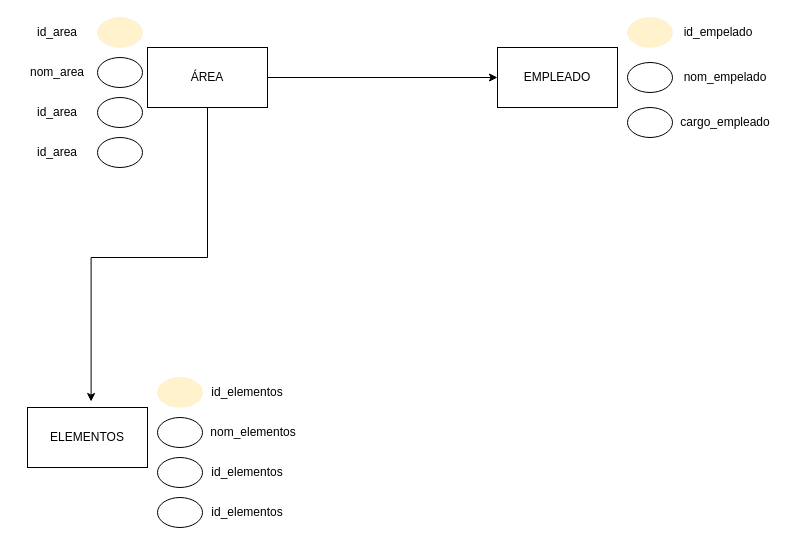
Earlier version of the draw.io diagram Diagrama de Incio.drawio (Anacon4/Home). Source tidied: cells renumbered, new cells numbered last; positions are measured from the earlier drawing's top-left corner, leaving out a move shared by most shapes. Both pictures are drawn from the tidied source at 100%, with x=0, y=0 at pixel (17, 17).
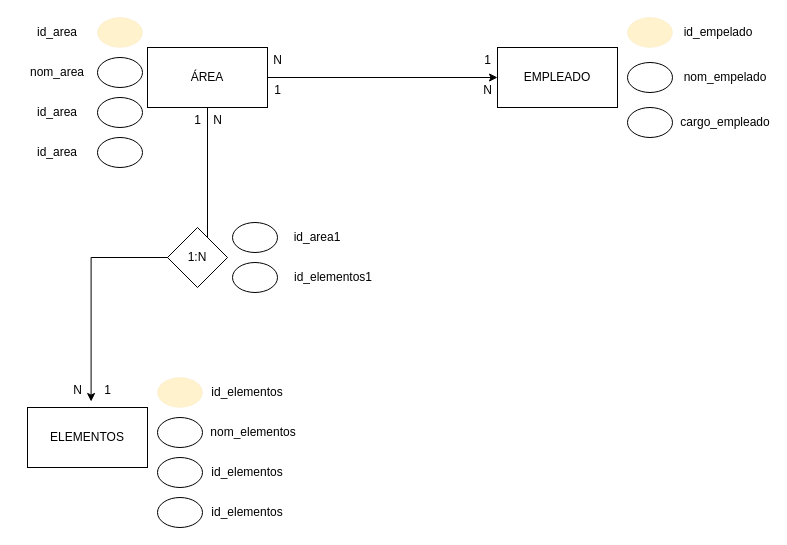
The same page after the edit.

What changed in the source:
```diff
@@
+    <mxCell id="29" value="N" style="text;html=1;align=center;verticalAlign=middle;strokeColor=none;fillColor=none;" parent="1" vertex="1">
+      <mxGeometry x="245" y="28" width="30" height="30" as="geometry" />
+    </mxCell>
+    <mxCell id="30" value="1" style="text;html=1;align=center;verticalAlign=middle;strokeColor=none;fillColor=none;" parent="1" vertex="1">
+      <mxGeometry x="455" y="28" width="30" height="30" as="geometry" />
+    </mxCell>
+    <mxCell id="31" value="N" style="text;html=1;align=center;verticalAlign=middle;strokeColor=none;fillColor=none;" parent="1" vertex="1">
+      <mxGeometry x="455" y="58" width="30" height="30" as="geometry" />
+    </mxCell>
+    <mxCell id="32" value="1" style="text;html=1;align=center;verticalAlign=middle;strokeColor=none;fillColor=none;" parent="1" vertex="1">
+      <mxGeometry x="245" y="58" width="30" height="30" as="geometry" />
+    </mxCell>
+    <mxCell id="33" value="1" style="text;html=1;align=center;verticalAlign=middle;strokeColor=none;fillColor=none;" parent="1" vertex="1">
+      <mxGeometry x="165" y="88" width="30" height="30" as="geometry" />
+    </mxCell>
+    <mxCell id="34" value="N" style="text;html=1;align=center;verticalAlign=middle;strokeColor=none;fillColor=none;" parent="1" vertex="1">
+      <mxGeometry x="45" y="358" width="30" height="30" as="geometry" />
+    </mxCell>
+    <mxCell id="35" value="1" style="text;html=1;align=center;verticalAlign=middle;strokeColor=none;fillColor=none;" parent="1" vertex="1">
+      <mxGeometry x="75" y="358" width="30" height="30" as="geometry" />
+    </mxCell>
+    <mxCell id="36" value="N" style="text;html=1;align=center;verticalAlign=middle;strokeColor=none;fillColor=none;" parent="1" vertex="1">
+      <mxGeometry x="185" y="88" width="30" height="30" as="geometry" />
+    </mxCell>
+    <mxCell id="37" value="1:N" style="rhombus;whiteSpace=wrap;html=1;" parent="1" vertex="1">
+      <mxGeometry x="150" y="210" width="60" height="60" as="geometry" />
+    </mxCell>
+    <mxCell id="38" style="ellipse;whiteSpace=wrap;html=1;strokeWidth=1;" parent="1" vertex="1">
+      <mxGeometry x="215" y="205" width="45" height="30" as="geometry" />
+    </mxCell>
+    <mxCell id="39" style="ellipse;whiteSpace=wrap;html=1;strokeWidth=1;" parent="1" vertex="1">
+      <mxGeometry x="215" y="245" width="45" height="30" as="geometry" />
+    </mxCell>
+    <mxCell id="40" value="id_area1" style="text;html=1;strokeColor=none;fillColor=none;align=center;verticalAlign=middle;whiteSpace=wrap;rounded=0;" parent="1" vertex="1">
+      <mxGeometry x="260" y="205" width="80" height="30" as="geometry" />
+    </mxCell>
+    <mxCell id="41" value="id_elementos1" style="text;html=1;strokeColor=none;fillColor=none;align=center;verticalAlign=middle;whiteSpace=wrap;rounded=0;" parent="1" vertex="1">
+      <mxGeometry x="276" y="245" width="80" height="30" as="geometry" />
+    </mxCell>
```
